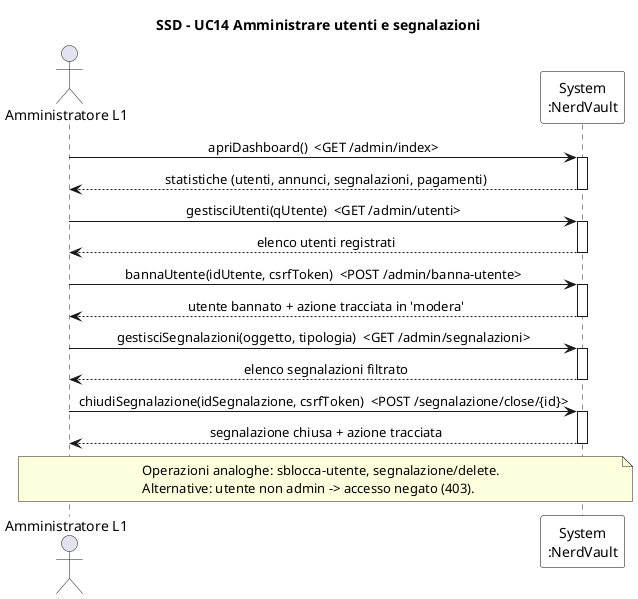
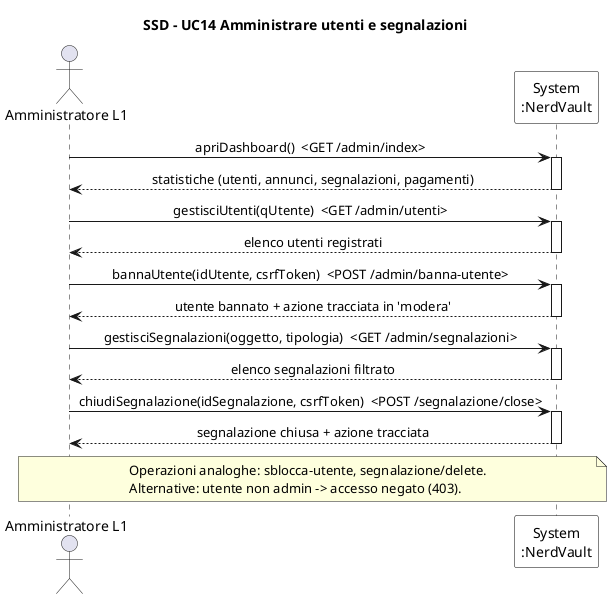
@startuml SSD_UC14_AdminUtentiSegnalazioni
' System Sequence Diagram - UC14 Amministrare utenti e segnalazioni
title SSD - UC14 Amministrare utenti e segnalazioni

skinparam sequenceMessageAlign center
skinparam participant {
  BorderColor black
  BackgroundColor white
}

actor "Amministratore L1" as U
participant "System\n:NerdVault" as S

U -> S : apriDashboard()  <GET /admin/index>
activate S
S --> U : statistiche (utenti, annunci, segnalazioni, pagamenti)
deactivate S

U -> S : gestisciUtenti(qUtente)  <GET /admin/utenti>
activate S
S --> U : elenco utenti registrati
deactivate S

U -> S : bannaUtente(idUtente, csrfToken)  <POST /admin/banna-utente>
activate S
S --> U : utente bannato + azione tracciata in 'modera'
deactivate S

U -> S : gestisciSegnalazioni(oggetto, tipologia)  <GET /admin/segnalazioni>
activate S
S --> U : elenco segnalazioni filtrato
deactivate S

- U -> S : chiudiSegnalazione(idSegnalazione, csrfToken)  <POST /segnalazione/close/{id}>
+ U -> S : chiudiSegnalazione(idSegnalazione, csrfToken)  <POST /segnalazione/close>
activate S
S --> U : segnalazione chiusa + azione tracciata
deactivate S

note over U, S
  Operazioni analoghe: sblocca-utente, segnalazione/delete.
  Alternative: utente non admin -> accesso negato (403).
end note
@enduml
